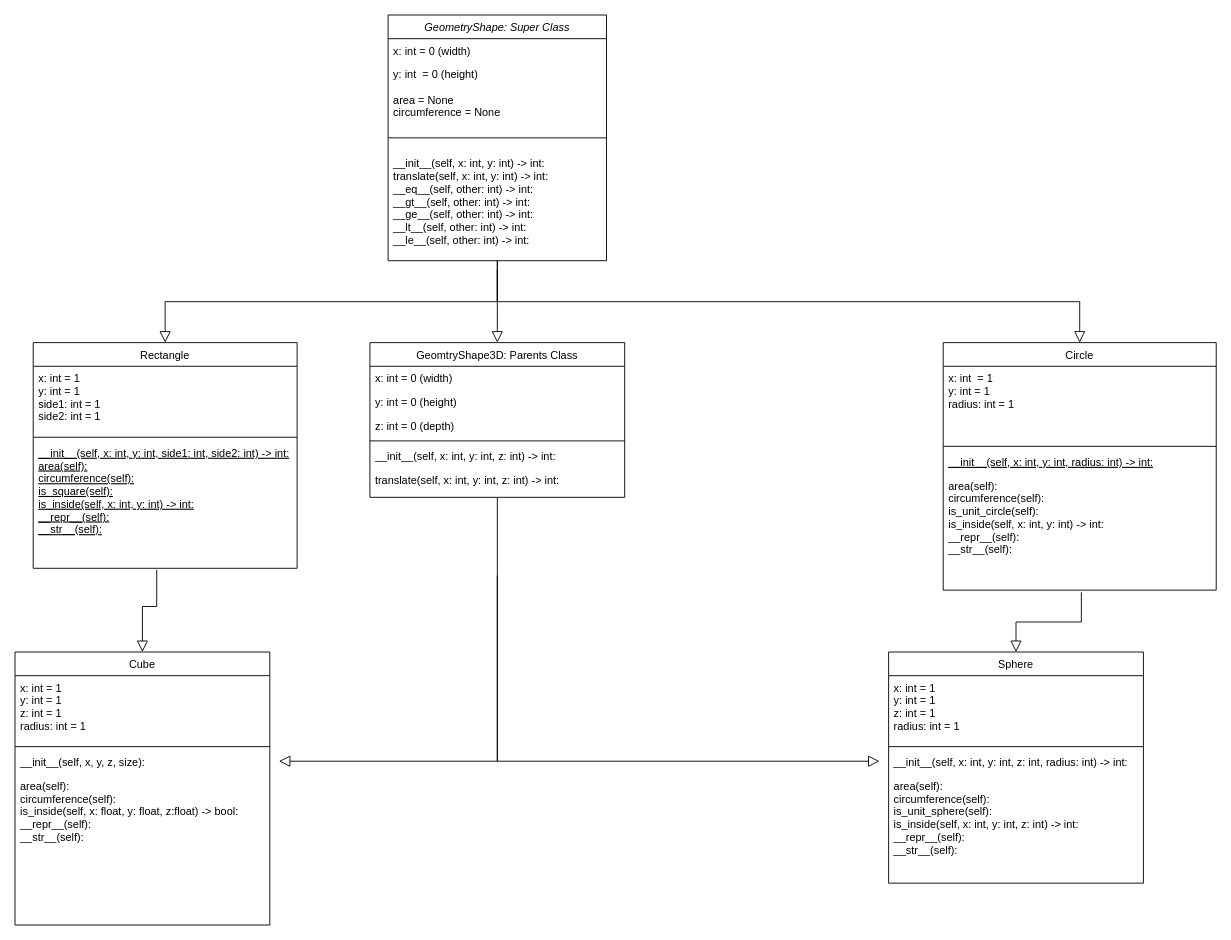
Before: Labs/Labb3-Geometry-OOP/new_UML.drawio in Hannesssss/Python-Course-Hannes-Hedberg, a draw.io diagram. Source tidied: cells renumbered, new cells numbered last; positions are measured from the earlier drawing's top-left corner, leaving out a move shared by most shapes. Both pictures are drawn from the tidied source at 91%, with x=0, y=0 at pixel (15, 15).
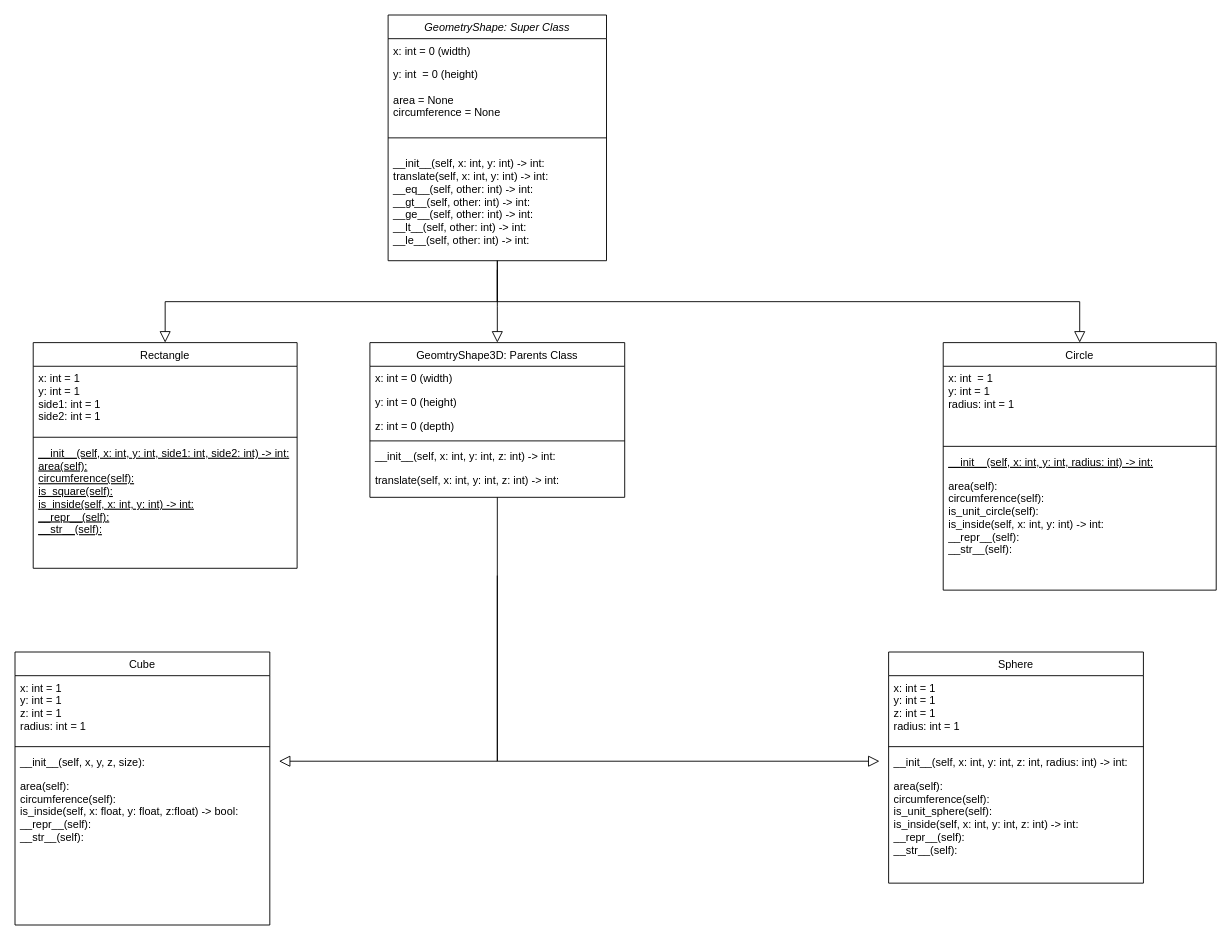
The same page after the edit.

Commit message (it also covers changes not shown here):
Fixed UML issues

The change refers to these unchanged cells:
```xml
<mxCell id="10" value="__init__(self, x: int, y: int, side1: int, side2: int) -&gt; int:&#10;area(self):&#10;circumference(self):&#10;is_square(self):&#10;is_inside(self, x: int, y: int) -&gt; int:&#10;__repr__(self):&#10;__str__(self):" style="text;align=left;verticalAlign=top;spacingLeft=4;spacingRight=4;overflow=hidden;points=[[0,0.5],[1,0.5]];portConstraint=eastwest;fontStyle=4;" parent="7" vertex="1">
  <mxGeometry y="108" width="290" height="140" as="geometry" />
</mxCell>
<mxCell id="20" value="Cube&#10;" style="swimlane;fontStyle=0;align=center;verticalAlign=top;horizontal=1;startSize=26;rounded=0;shadow=0;strokeWidth=1;" parent="1" vertex="1">
  <mxGeometry y="700" width="280" height="300" as="geometry" />
</mxCell>
<mxCell id="29" value="area(self):&#10;circumference(self):&#10;is_unit_circle(self):&#10;is_inside(self, x: int, y: int) -&gt; int:&#10;__repr__(self):&#10;__str__(self):" style="text;align=left;verticalAlign=top;spacingLeft=4;spacingRight=4;overflow=hidden;points=[[0,0.5],[1,0.5]];portConstraint=eastwest;" parent="25" vertex="1">
  <mxGeometry y="144" width="300" height="128" as="geometry" />
</mxCell>
<mxCell id="31" value="Sphere" style="swimlane;fontStyle=0;align=center;verticalAlign=top;horizontal=1;startSize=26;rounded=0;shadow=0;strokeWidth=1;" parent="1" vertex="1">
  <mxGeometry x="960" y="700" width="280" height="254" as="geometry" />
</mxCell>
```

Diff of the diagram source:
```diff
@@
-    <mxCell id="36" style="endArrow=block;endSize=10;endFill=0;shadow=0;strokeWidth=1;rounded=0;edgeStyle=elbowEdgeStyle;elbow=vertical;exitX=0.506;exitY=1.018;exitDx=0;exitDy=0;exitPerimeter=0;entryX=0.5;entryY=0;entryDx=0;entryDy=0;" parent="1" edge="1" source="29" target="31">
-      <mxGeometry relative="1" as="geometry" />
-    </mxCell>
-    <mxCell id="37" style="endArrow=block;endSize=10;endFill=0;shadow=0;strokeWidth=1;rounded=0;edgeStyle=elbowEdgeStyle;elbow=vertical;entryX=0.5;entryY=0;entryDx=0;entryDy=0;exitX=0.468;exitY=1.012;exitDx=0;exitDy=0;exitPerimeter=0;" parent="1" edge="1" source="10" target="20">
-      <mxGeometry relative="1" as="geometry">
-        <Array as="points">
-          <mxPoint x="156" y="650" />
-        </Array>
-      </mxGeometry>
-    </mxCell>
```
